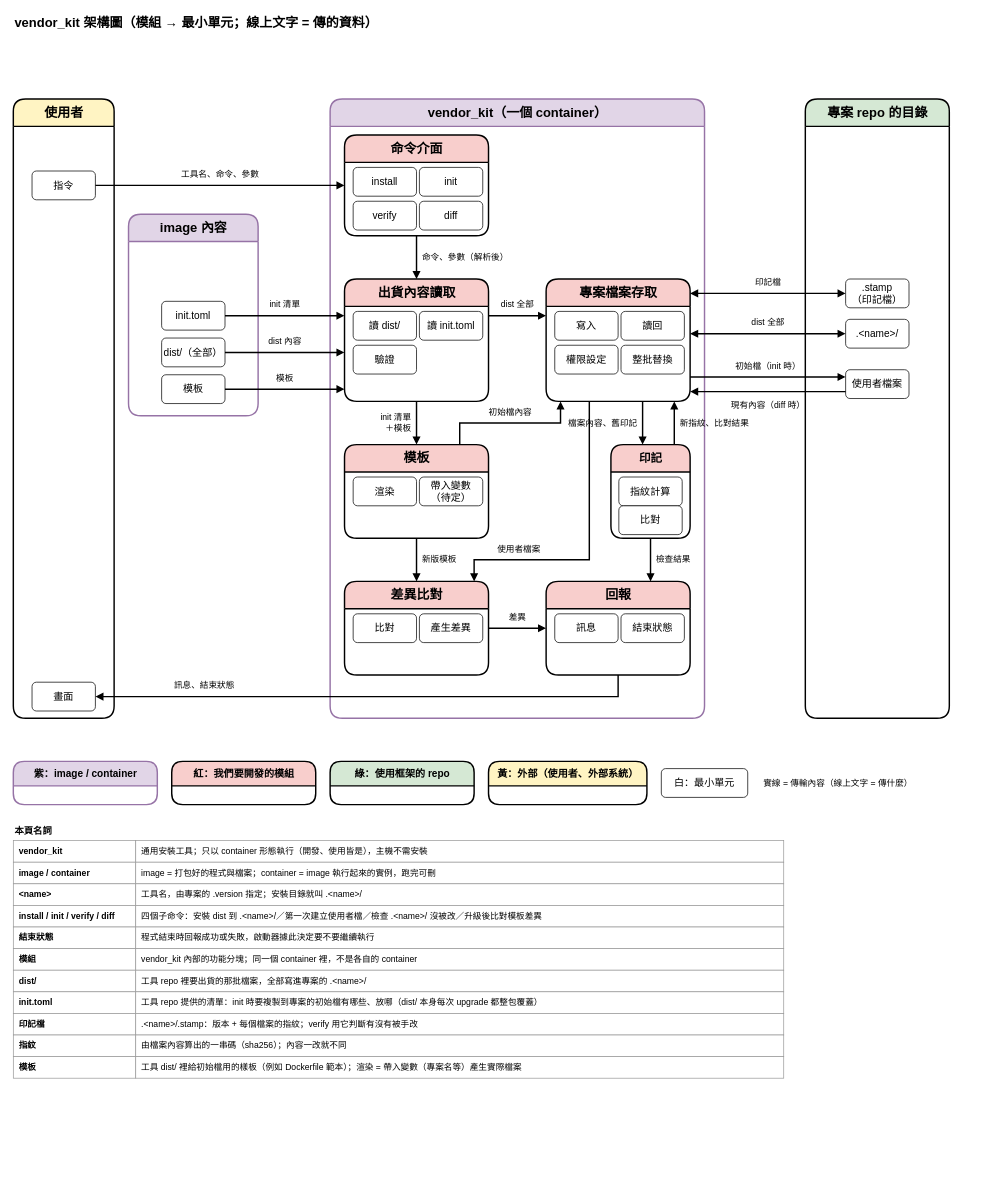
Before: page "1. vendor_kit 架構圖" (1 of 7) of dist_distribution.drawio in ycpss91255-research/vendor_kit, a draw.io diagram. Source tidied: cells renumbered, new cells numbered last; positions are measured from the earlier drawing's top-left corner, leaving out a move shared by most shapes. Both pictures are drawn from the tidied source at 72%, with x=0, y=0 at pixel (13, 12).
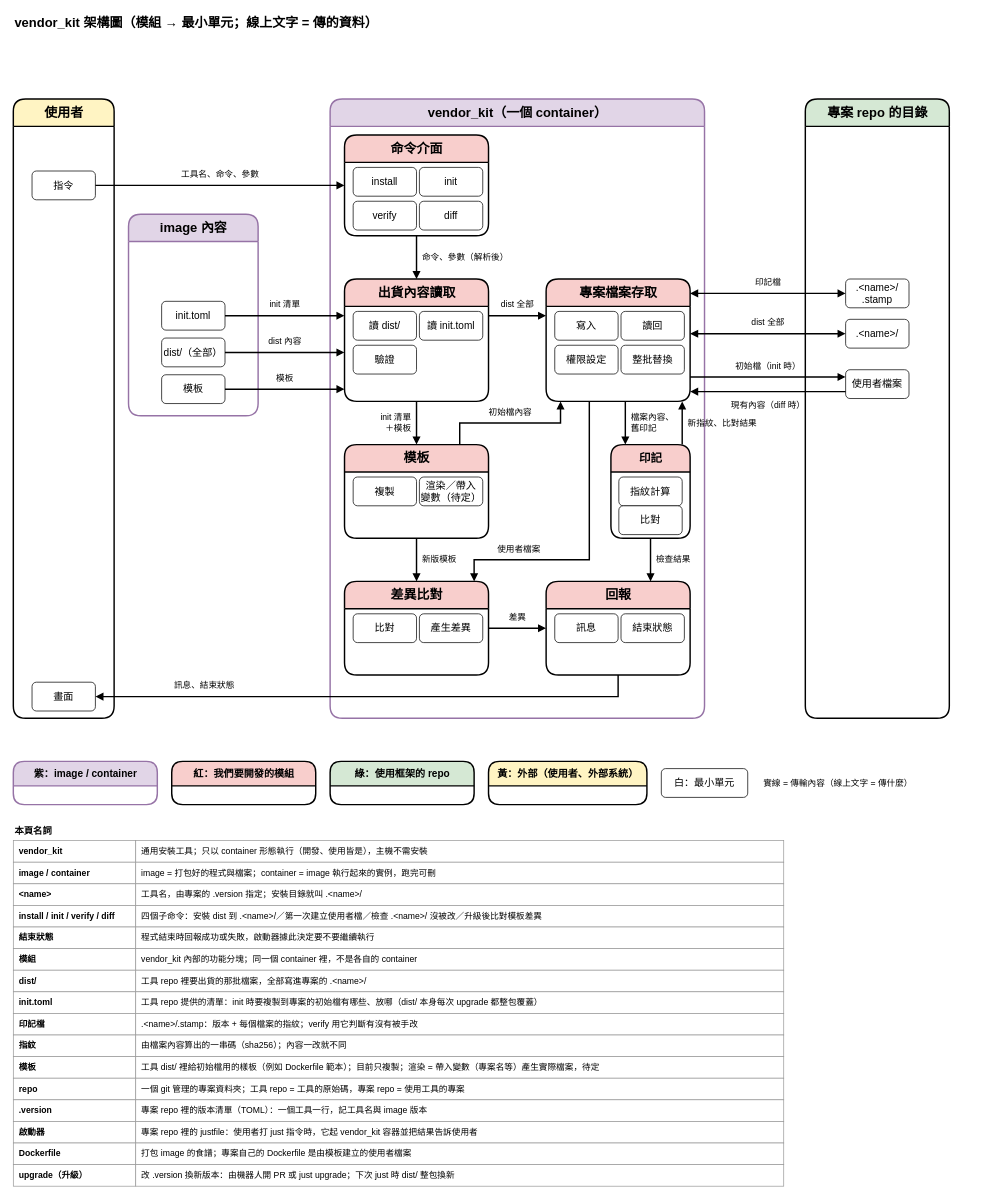
After the change.

Unchanged cells that the change refers to:
```xml
<mxCell id="20" value="模板" style="swimlane;html=1;rounded=1;startSize=38;fontStyle=1;fontSize=18;fillColor=#f8cecc;swimlaneFillColor=#ffffff;strokeColor=#000000;strokeWidth=2;" parent="10" vertex="1">
  <mxGeometry x="20" y="480" width="200" height="130" as="geometry" />
</mxCell>
<mxCell id="26" value="專案檔案存取" style="swimlane;html=1;rounded=1;startSize=38;fontStyle=1;fontSize=18;fillColor=#f8cecc;swimlaneFillColor=#ffffff;strokeColor=#000000;strokeWidth=2;" parent="10" vertex="1">
  <mxGeometry x="300" y="250" width="200" height="170" as="geometry" />
</mxCell>
<mxCell id="31" value="印記" style="swimlane;html=1;rounded=1;startSize=38;fontStyle=1;fontSize=16;fillColor=#f8cecc;swimlaneFillColor=#ffffff;strokeColor=#000000;strokeWidth=2;" parent="10" vertex="1">
  <mxGeometry x="390" y="480" width="110" height="130" as="geometry" />
</mxCell>
<mxCell id="37" value="專案 repo 的目錄" style="swimlane;html=1;rounded=1;startSize=38;fontStyle=1;fontSize=18;fillColor=#d5e8d4;swimlaneFillColor=#ffffff;strokeColor=#000000;strokeWidth=2;" parent="1" vertex="1">
  <mxGeometry x="1100" y="120" width="200" height="860" as="geometry" />
</mxCell>
```

Change to the diagram source:
```diff
@@
-    <mxCell id="21" value="渲染" style="rounded=1;whiteSpace=wrap;html=1;fillColor=#ffffff;strokeColor=light-dark(#000000,#9577A3);fontSize=14;strokeWidth=1;" parent="20" vertex="1">
+    <mxCell id="21" value="複製" style="rounded=1;whiteSpace=wrap;html=1;fillColor=#ffffff;strokeColor=light-dark(#000000,#9577A3);fontSize=14;strokeWidth=1;" parent="20" vertex="1">
       <mxGeometry x="12" y="45" width="88" height="40" as="geometry" />
     </mxCell>
-    <mxCell id="22" value="帶入變數&lt;br&gt;（待定）" style="rounded=1;whiteSpace=wrap;html=1;fillColor=#ffffff;strokeColor=light-dark(#000000,#9577A3);fontSize=14;strokeWidth=1;" parent="20" vertex="1">
+    <mxCell id="22" value="渲染／帶入&lt;br&gt;變數（待定）" style="rounded=1;whiteSpace=wrap;html=1;fillColor=#ffffff;strokeColor=light-dark(#000000,#9577A3);fontSize=14;strokeWidth=1;" parent="20" vertex="1">
       <mxGeometry x="104" y="45" width="88" height="40" as="geometry" />
     </mxCell>
@@
-    <mxCell id="38" value=".stamp&lt;br&gt;（印記檔）" style="rounded=1;whiteSpace=wrap;html=1;fillColor=#ffffff;strokeColor=light-dark(#000000,#9577A3);fontSize=14;strokeWidth=1;" parent="37" vertex="1">
+    <mxCell id="38" value=".&amp;lt;name&amp;gt;/&lt;br&gt;.stamp" style="rounded=1;whiteSpace=wrap;html=1;fillColor=#ffffff;strokeColor=light-dark(#000000,#9577A3);fontSize=14;strokeWidth=1;" parent="37" vertex="1">
       <mxGeometry x="56" y="250" width="88" height="40" as="geometry" />
     </mxCell>
@@
-    <mxCell id="49" value="檔案內容、舊印記" style="edgeStyle=orthogonalEdgeStyle;rounded=0;jettySize=auto;html=1;strokeColor=default;strokeWidth=2;align=center;verticalAlign=bottom;spacingBottom=6;fontFamily=Helvetica;fontSize=12;fontColor=default;labelBorderColor=none;labelBackgroundColor=none;endArrow=block;endFill=1;exitX=0.67;exitY=1;exitDx=0;exitDy=0;entryX=0.4;entryY=0;entryDx=0;entryDy=0;align=right;verticalAlign=middle;spacingRight=6;spacingBottom=0;" parent="1" edge="1" source="26" target="31">
+    <mxCell id="49" value="檔案內容、&lt;br&gt;舊印記" style="edgeStyle=orthogonalEdgeStyle;rounded=0;jettySize=auto;html=1;strokeColor=default;strokeWidth=2;align=center;verticalAlign=bottom;spacingBottom=6;fontFamily=Helvetica;fontSize=12;fontColor=default;labelBorderColor=none;labelBackgroundColor=none;endArrow=block;endFill=1;exitX=0.55;exitY=1;exitDx=0;exitDy=0;entryX=0.1818;entryY=0;entryDx=0;entryDy=0;align=left;verticalAlign=middle;spacingLeft=6;spacingBottom=0;" parent="1" edge="1" source="26" target="31">
       <mxGeometry relative="1" as="geometry" />
     </mxCell>
-    <mxCell id="50" value="新指紋、比對結果" style="edgeStyle=orthogonalEdgeStyle;rounded=0;jettySize=auto;html=1;strokeColor=default;strokeWidth=2;align=center;verticalAlign=bottom;spacingBottom=6;fontFamily=Helvetica;fontSize=12;fontColor=default;labelBorderColor=none;labelBackgroundColor=none;endArrow=block;endFill=1;exitX=0.8;exitY=0;exitDx=0;exitDy=0;entryX=0.89;entryY=1;entryDx=0;entryDy=0;align=left;verticalAlign=middle;spacingLeft=6;spacingBottom=0;" parent="1" edge="1" source="31" target="26">
+    <mxCell id="50" value="新指紋、比對結果" style="edgeStyle=orthogonalEdgeStyle;rounded=0;jettySize=auto;html=1;strokeColor=default;strokeWidth=2;align=center;verticalAlign=bottom;spacingBottom=6;fontFamily=Helvetica;fontSize=12;fontColor=default;labelBorderColor=none;labelBackgroundColor=none;endArrow=block;endFill=1;exitX=0.9;exitY=0;exitDx=0;exitDy=0;entryX=0.945;entryY=1;entryDx=0;entryDy=0;align=left;verticalAlign=middle;spacingLeft=6;spacingBottom=0;" parent="1" edge="1" source="31" target="26">
       <mxGeometry relative="1" as="geometry" />
     </mxCell>
@@
-    <mxCell id="88" value="工具 dist/ 裡給初始檔用的樣板（例如 Dockerfile 範本）；渲染 = 帶入變數（專案名等）產生實際檔案" style="rounded=0;whiteSpace=wrap;html=1;fillColor=#ffffff;strokeColor=#999999;fontSize=12;align=left;spacingLeft=6;strokeWidth=1;" parent="1" vertex="1">
+    <mxCell id="88" value="工具 dist/ 裡給初始檔用的樣板（例如 Dockerfile 範本）；目前只複製；渲染 = 帶入變數（專案名等）產生實際檔案，待定" style="rounded=0;whiteSpace=wrap;html=1;fillColor=#ffffff;strokeColor=#999999;fontSize=12;align=left;spacingLeft=6;strokeWidth=1;" parent="1" vertex="1">
       <mxGeometry x="170" y="1450" width="900" height="30" as="geometry" />
     </mxCell>
+    <mxCell id="89" value="repo" style="rounded=0;whiteSpace=wrap;html=1;fillColor=#ffffff;strokeColor=#999999;fontSize=12;fontStyle=1;align=left;spacingLeft=6;strokeWidth=1;" parent="1" vertex="1">
+      <mxGeometry y="1480" width="170" height="30" as="geometry" />
+    </mxCell>
+    <mxCell id="90" value="一個 git 管理的專案資料夾；工具 repo = 工具的原始碼，專案 repo = 使用工具的專案" style="rounded=0;whiteSpace=wrap;html=1;fillColor=#ffffff;strokeColor=#999999;fontSize=12;align=left;spacingLeft=6;strokeWidth=1;" parent="1" vertex="1">
+      <mxGeometry x="170" y="1480" width="900" height="30" as="geometry" />
+    </mxCell>
+    <mxCell id="91" value=".version" style="rounded=0;whiteSpace=wrap;html=1;fillColor=#ffffff;strokeColor=#999999;fontSize=12;fontStyle=1;align=left;spacingLeft=6;strokeWidth=1;" parent="1" vertex="1">
+      <mxGeometry y="1510" width="170" height="30" as="geometry" />
+    </mxCell>
+    <mxCell id="92" value="專案 repo 裡的版本清單（TOML）：一個工具一行，記工具名與 image 版本" style="rounded=0;whiteSpace=wrap;html=1;fillColor=#ffffff;strokeColor=#999999;fontSize=12;align=left;spacingLeft=6;strokeWidth=1;" parent="1" vertex="1">
+      <mxGeometry x="170" y="1510" width="900" height="30" as="geometry" />
+    </mxCell>
+    <mxCell id="93" value="啟動器" style="rounded=0;whiteSpace=wrap;html=1;fillColor=#ffffff;strokeColor=#999999;fontSize=12;fontStyle=1;align=left;spacingLeft=6;strokeWidth=1;" parent="1" vertex="1">
+      <mxGeometry y="1540" width="170" height="30" as="geometry" />
+    </mxCell>
+    <mxCell id="94" value="專案 repo 裡的 justfile：使用者打 just 指令時，它起 vendor_kit 容器並把結果告訴使用者" style="rounded=0;whiteSpace=wrap;html=1;fillColor=#ffffff;strokeColor=#999999;fontSize=12;align=left;spacingLeft=6;strokeWidth=1;" parent="1" vertex="1">
+      <mxGeometry x="170" y="1540" width="900" height="30" as="geometry" />
+    </mxCell>
+    <mxCell id="95" value="Dockerfile" style="rounded=0;whiteSpace=wrap;html=1;fillColor=#ffffff;strokeColor=#999999;fontSize=12;fontStyle=1;align=left;spacingLeft=6;strokeWidth=1;" parent="1" vertex="1">
+      <mxGeometry y="1570" width="170" height="30" as="geometry" />
+    </mxCell>
+    <mxCell id="96" value="打包 image 的食譜；專案自己的 Dockerfile 是由模板建立的使用者檔案" style="rounded=0;whiteSpace=wrap;html=1;fillColor=#ffffff;strokeColor=#999999;fontSize=12;align=left;spacingLeft=6;strokeWidth=1;" parent="1" vertex="1">
+      <mxGeometry x="170" y="1570" width="900" height="30" as="geometry" />
+    </mxCell>
+    <mxCell id="97" value="upgrade（升級）" style="rounded=0;whiteSpace=wrap;html=1;fillColor=#ffffff;strokeColor=#999999;fontSize=12;fontStyle=1;align=left;spacingLeft=6;strokeWidth=1;" parent="1" vertex="1">
+      <mxGeometry y="1600" width="170" height="30" as="geometry" />
+    </mxCell>
+    <mxCell id="98" value="改 .version 換新版本：由機器人開 PR 或 just upgrade；下次 just 時 dist/ 整包換新" style="rounded=0;whiteSpace=wrap;html=1;fillColor=#ffffff;strokeColor=#999999;fontSize=12;align=left;spacingLeft=6;strokeWidth=1;" parent="1" vertex="1">
+      <mxGeometry x="170" y="1600" width="900" height="30" as="geometry" />
+    </mxCell>
```
